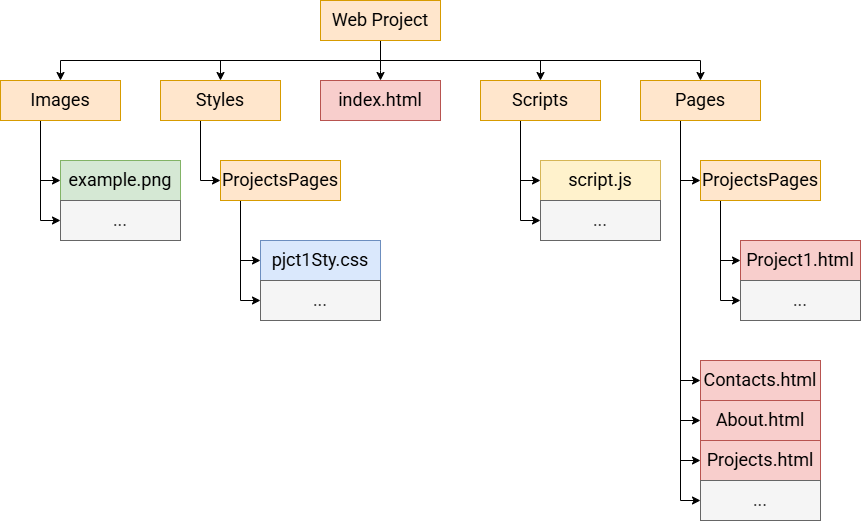
Before: Images/folderLayout.png, a diagram exported from draw.io (Neema-Fanaie/Web-Project). Source tidied: cells renumbered, new cells last; positions are measured from the earlier drawing's top-left corner, leaving out a move shared by most shapes.
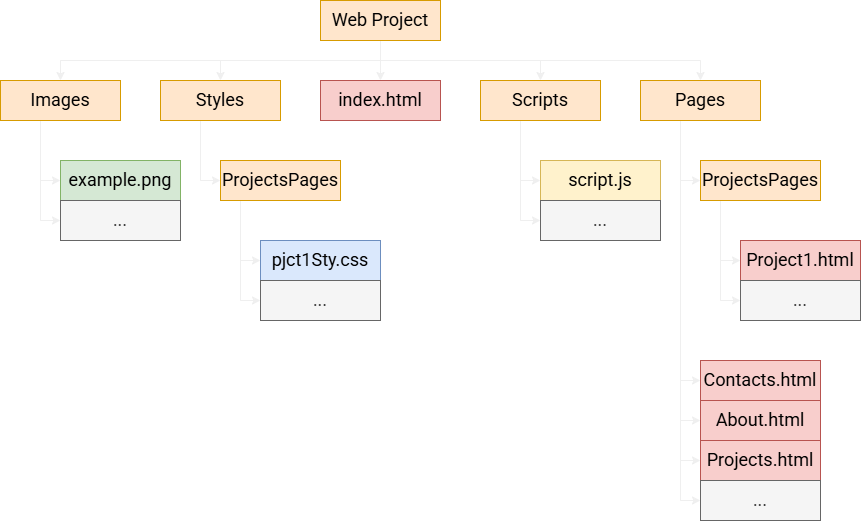
The same file after the commit.

Change to the diagram source:
```diff
@@ -2,7 +2,7 @@
   <root>
     <mxCell id="0" />
     <mxCell id="1" parent="0" />
-    <mxCell id="2" style="edgeStyle=orthogonalEdgeStyle;rounded=0;jettySize=auto;html=1;entryX=0.5;entryY=0;entryDx=0;entryDy=0;" parent="1" edge="1" source="7" target="28">
+    <mxCell id="2" style="edgeStyle=orthogonalEdgeStyle;rounded=0;jettySize=auto;html=1;entryX=0.5;entryY=0;entryDx=0;entryDy=0;strokeColor=#EFEFEF;" parent="1" edge="1" source="7" target="28">
       <mxGeometry relative="1" as="geometry">
         <Array as="points">
           <mxPoint x="380" y="70" />
@@ -10,7 +10,7 @@
         </Array>
       </mxGeometry>
     </mxCell>
-    <mxCell id="3" style="edgeStyle=orthogonalEdgeStyle;rounded=0;jettySize=auto;html=1;entryX=0.5;entryY=0;entryDx=0;entryDy=0;" parent="1" edge="1" source="7" target="18">
+    <mxCell id="3" style="edgeStyle=orthogonalEdgeStyle;rounded=0;jettySize=auto;html=1;entryX=0.5;entryY=0;entryDx=0;entryDy=0;strokeColor=#EFEFEF;" parent="1" edge="1" source="7" target="18">
       <mxGeometry relative="1" as="geometry">
         <Array as="points">
           <mxPoint x="380" y="60" />
@@ -18,7 +18,7 @@
         </Array>
       </mxGeometry>
     </mxCell>
-    <mxCell id="4" style="edgeStyle=orthogonalEdgeStyle;rounded=0;jettySize=auto;html=1;entryX=0.5;entryY=0;entryDx=0;entryDy=0;" parent="1" edge="1" source="7" target="38">
+    <mxCell id="4" style="edgeStyle=orthogonalEdgeStyle;rounded=0;jettySize=auto;html=1;entryX=0.5;entryY=0;entryDx=0;entryDy=0;strokeColor=#EFEFEF;" parent="1" edge="1" source="7" target="38">
       <mxGeometry relative="1" as="geometry">
         <Array as="points">
           <mxPoint x="380" y="60" />
@@ -26,7 +26,7 @@
         </Array>
       </mxGeometry>
     </mxCell>
-    <mxCell id="5" style="edgeStyle=orthogonalEdgeStyle;rounded=0;jettySize=auto;html=1;entryX=0.5;entryY=0;entryDx=0;entryDy=0;" parent="1" edge="1" source="7" target="16">
+    <mxCell id="5" style="edgeStyle=orthogonalEdgeStyle;rounded=0;jettySize=auto;html=1;entryX=0.5;entryY=0;entryDx=0;entryDy=0;strokeColor=#EFEFEF;" parent="1" edge="1" source="7" target="16">
       <mxGeometry relative="1" as="geometry">
         <Array as="points">
           <mxPoint x="380" y="60" />
@@ -34,7 +34,7 @@
         </Array>
       </mxGeometry>
     </mxCell>
-    <mxCell id="6" style="edgeStyle=orthogonalEdgeStyle;rounded=0;jettySize=auto;html=1;entryX=0.5;entryY=0;entryDx=0;entryDy=0;" parent="1" edge="1" source="7" target="13">
+    <mxCell id="6" style="edgeStyle=orthogonalEdgeStyle;rounded=0;jettySize=auto;html=1;entryX=0.5;entryY=0;entryDx=0;entryDy=0;strokeColor=#EFEFEF;" parent="1" edge="1" source="7" target="13">
       <mxGeometry relative="1" as="geometry">
         <Array as="points">
           <mxPoint x="380" y="60" />
@@ -45,35 +45,35 @@
     <mxCell id="7" value="&lt;font face=&quot;Roboto&quot; style=&quot;font-size: 18px;&quot;&gt;Web Project&lt;/font&gt;" style="rounded=0;whiteSpace=wrap;html=1;fillColor=#ffe6cc;strokeColor=#d79b00;" parent="1" vertex="1">
       <mxGeometry x="320" width="120" height="40" as="geometry" />
     </mxCell>
-    <mxCell id="8" style="edgeStyle=orthogonalEdgeStyle;rounded=0;jettySize=auto;html=1;entryX=0;entryY=0.5;entryDx=0;entryDy=0;" parent="1" edge="1" source="13" target="24">
+    <mxCell id="8" style="edgeStyle=orthogonalEdgeStyle;rounded=0;jettySize=auto;html=1;entryX=0;entryY=0.5;entryDx=0;entryDy=0;strokeColor=#EFEFEF;" parent="1" edge="1" source="13" target="24">
       <mxGeometry relative="1" as="geometry">
         <Array as="points">
           <mxPoint x="680" y="180" />
         </Array>
       </mxGeometry>
     </mxCell>
-    <mxCell id="9" style="edgeStyle=orthogonalEdgeStyle;rounded=0;jettySize=auto;html=1;entryX=0;entryY=0.5;entryDx=0;entryDy=0;" parent="1" edge="1" source="13" target="19">
+    <mxCell id="9" style="edgeStyle=orthogonalEdgeStyle;rounded=0;jettySize=auto;html=1;entryX=0;entryY=0.5;entryDx=0;entryDy=0;strokeColor=#EFEFEF;" parent="1" edge="1" source="13" target="19">
       <mxGeometry relative="1" as="geometry">
         <Array as="points">
           <mxPoint x="680" y="380" />
         </Array>
       </mxGeometry>
     </mxCell>
-    <mxCell id="10" style="edgeStyle=orthogonalEdgeStyle;rounded=0;jettySize=auto;html=1;entryX=0;entryY=0.5;entryDx=0;entryDy=0;" parent="1" edge="1" source="13" target="20">
+    <mxCell id="10" style="edgeStyle=orthogonalEdgeStyle;rounded=0;jettySize=auto;html=1;entryX=0;entryY=0.5;entryDx=0;entryDy=0;strokeColor=#EFEFEF;" parent="1" edge="1" source="13" target="20">
       <mxGeometry relative="1" as="geometry">
         <Array as="points">
           <mxPoint x="680" y="420" />
         </Array>
       </mxGeometry>
     </mxCell>
-    <mxCell id="11" style="edgeStyle=orthogonalEdgeStyle;rounded=0;jettySize=auto;html=1;entryX=0;entryY=0.5;entryDx=0;entryDy=0;" parent="1" edge="1" source="13" target="21">
+    <mxCell id="11" style="edgeStyle=orthogonalEdgeStyle;rounded=0;jettySize=auto;html=1;entryX=0;entryY=0.5;entryDx=0;entryDy=0;strokeColor=#EFEFEF;" parent="1" edge="1" source="13" target="21">
       <mxGeometry relative="1" as="geometry">
         <Array as="points">
           <mxPoint x="680" y="460" />
         </Array>
       </mxGeometry>
     </mxCell>
-    <mxCell id="12" style="edgeStyle=orthogonalEdgeStyle;rounded=0;jettySize=auto;html=1;entryX=0;entryY=0.5;entryDx=0;entryDy=0;" parent="1" edge="1" source="13" target="27">
+    <mxCell id="12" style="edgeStyle=orthogonalEdgeStyle;rounded=0;jettySize=auto;html=1;entryX=0;entryY=0.5;entryDx=0;entryDy=0;strokeColor=#EFEFEF;" parent="1" edge="1" source="13" target="27">
       <mxGeometry relative="1" as="geometry">
         <Array as="points">
           <mxPoint x="680" y="500" />
@@ -83,14 +83,14 @@
     <mxCell id="13" value="&lt;font style=&quot;font-size: 18px;&quot;&gt;Pages&lt;/font&gt;" style="rounded=0;whiteSpace=wrap;html=1;fillColor=#ffe6cc;strokeColor=#d79b00;fontFamily=Roboto;fontSource=https%3A%2F%2Ffonts.googleapis.com%2Fcss%3Ffamily%3DRoboto;" parent="1" vertex="1">
       <mxGeometry x="640" y="80" width="120" height="40" as="geometry" />
     </mxCell>
-    <mxCell id="14" style="edgeStyle=orthogonalEdgeStyle;rounded=0;jettySize=auto;html=1;entryX=0;entryY=0.5;entryDx=0;entryDy=0;" parent="1" edge="1" source="16" target="29">
+    <mxCell id="14" style="edgeStyle=orthogonalEdgeStyle;rounded=0;jettySize=auto;html=1;entryX=0;entryY=0.5;entryDx=0;entryDy=0;strokeColor=#EFEFEF;" parent="1" edge="1" source="16" target="29">
       <mxGeometry relative="1" as="geometry">
         <Array as="points">
           <mxPoint x="520" y="180" />
         </Array>
       </mxGeometry>
     </mxCell>
-    <mxCell id="15" style="edgeStyle=orthogonalEdgeStyle;rounded=0;jettySize=auto;html=1;entryX=0;entryY=0.5;entryDx=0;entryDy=0;" parent="1" edge="1" source="16" target="30">
+    <mxCell id="15" style="edgeStyle=orthogonalEdgeStyle;rounded=0;jettySize=auto;html=1;entryX=0;entryY=0.5;entryDx=0;entryDy=0;strokeColor=#EFEFEF;" parent="1" edge="1" source="16" target="30">
       <mxGeometry relative="1" as="geometry">
         <Array as="points">
           <mxPoint x="520" y="220" />
@@ -100,7 +100,7 @@
     <mxCell id="16" value="&lt;span style=&quot;font-size: 18px;&quot;&gt;&lt;font&gt;Scripts&lt;/font&gt;&lt;/span&gt;" style="rounded=0;whiteSpace=wrap;html=1;fillColor=#ffe6cc;strokeColor=#d79b00;fontFamily=Roboto;fontSource=https%3A%2F%2Ffonts.googleapis.com%2Fcss%3Ffamily%3DRoboto;" parent="1" vertex="1">
       <mxGeometry x="480" y="80" width="120" height="40" as="geometry" />
     </mxCell>
-    <mxCell id="17" style="edgeStyle=orthogonalEdgeStyle;rounded=0;jettySize=auto;html=1;entryX=0;entryY=0.5;entryDx=0;entryDy=0;" parent="1" edge="1" source="18" target="33">
+    <mxCell id="17" style="edgeStyle=orthogonalEdgeStyle;rounded=0;jettySize=auto;html=1;entryX=0;entryY=0.5;entryDx=0;entryDy=0;strokeColor=#EFEFEF;" parent="1" edge="1" source="18" target="33">
       <mxGeometry relative="1" as="geometry">
         <Array as="points">
           <mxPoint x="200" y="180" />
@@ -119,14 +119,14 @@
     <mxCell id="21" value="&lt;font style=&quot;font-size: 18px;&quot;&gt;Projects.html&lt;/font&gt;" style="rounded=0;whiteSpace=wrap;html=1;fillColor=#f8cecc;strokeColor=#b85450;fontFamily=Roboto;fontSource=https%3A%2F%2Ffonts.googleapis.com%2Fcss%3Ffamily%3DRoboto;" parent="1" vertex="1">
       <mxGeometry x="700" y="440" width="120" height="40" as="geometry" />
     </mxCell>
-    <mxCell id="22" style="edgeStyle=orthogonalEdgeStyle;rounded=0;jettySize=auto;html=1;entryX=0;entryY=0.5;entryDx=0;entryDy=0;" parent="1" edge="1" source="24" target="25">
+    <mxCell id="22" style="edgeStyle=orthogonalEdgeStyle;rounded=0;jettySize=auto;html=1;entryX=0;entryY=0.5;entryDx=0;entryDy=0;strokeColor=#EFEFEF;" parent="1" edge="1" source="24" target="25">
       <mxGeometry relative="1" as="geometry">
         <Array as="points">
           <mxPoint x="720" y="260" />
         </Array>
       </mxGeometry>
     </mxCell>
-    <mxCell id="23" style="edgeStyle=orthogonalEdgeStyle;rounded=0;jettySize=auto;html=1;entryX=0;entryY=0.5;entryDx=0;entryDy=0;" parent="1" edge="1" source="24" target="26">
+    <mxCell id="23" style="edgeStyle=orthogonalEdgeStyle;rounded=0;jettySize=auto;html=1;entryX=0;entryY=0.5;entryDx=0;entryDy=0;strokeColor=#EFEFEF;" parent="1" edge="1" source="24" target="26">
       <mxGeometry relative="1" as="geometry">
         <Array as="points">
           <mxPoint x="720" y="300" />
@@ -154,14 +154,14 @@
     <mxCell id="30" value="&lt;span style=&quot;font-size: 18px;&quot;&gt;...&lt;/span&gt;" style="rounded=0;whiteSpace=wrap;html=1;fillColor=#f5f5f5;strokeColor=#666666;fontColor=#333333;fontFamily=Roboto;fontSource=https%3A%2F%2Ffonts.googleapis.com%2Fcss%3Ffamily%3DRoboto;" parent="1" vertex="1">
       <mxGeometry x="540" y="200" width="120" height="40" as="geometry" />
     </mxCell>
-    <mxCell id="31" style="edgeStyle=orthogonalEdgeStyle;rounded=0;jettySize=auto;html=1;entryX=0;entryY=0.5;entryDx=0;entryDy=0;" parent="1" edge="1" source="33" target="34">
+    <mxCell id="31" style="edgeStyle=orthogonalEdgeStyle;rounded=0;jettySize=auto;html=1;entryX=0;entryY=0.5;entryDx=0;entryDy=0;strokeColor=#EFEFEF;" parent="1" edge="1" source="33" target="34">
       <mxGeometry relative="1" as="geometry">
         <Array as="points">
           <mxPoint x="240" y="260" />
         </Array>
       </mxGeometry>
     </mxCell>
-    <mxCell id="32" style="edgeStyle=orthogonalEdgeStyle;rounded=0;jettySize=auto;html=1;entryX=0;entryY=0.5;entryDx=0;entryDy=0;" parent="1" edge="1" source="33" target="35">
+    <mxCell id="32" style="edgeStyle=orthogonalEdgeStyle;rounded=0;jettySize=auto;html=1;entryX=0;entryY=0.5;entryDx=0;entryDy=0;strokeColor=#EFEFEF;" parent="1" edge="1" source="33" target="35">
       <mxGeometry relative="1" as="geometry">
         <Array as="points">
           <mxPoint x="240" y="300" />
@@ -177,14 +177,14 @@
     <mxCell id="35" value="&lt;span style=&quot;font-size: 18px;&quot;&gt;&lt;font face=&quot;Roboto&quot;&gt;...&lt;/font&gt;&lt;/span&gt;" style="rounded=0;whiteSpace=wrap;html=1;fillColor=#f5f5f5;strokeColor=#666666;fontColor=#333333;" parent="1" vertex="1">
       <mxGeometry x="260" y="280" width="120" height="40" as="geometry" />
     </mxCell>
-    <mxCell id="36" style="edgeStyle=orthogonalEdgeStyle;rounded=0;jettySize=auto;html=1;entryX=0;entryY=0.5;entryDx=0;entryDy=0;" parent="1" edge="1" source="38" target="39">
+    <mxCell id="36" style="edgeStyle=orthogonalEdgeStyle;rounded=0;jettySize=auto;html=1;entryX=0;entryY=0.5;entryDx=0;entryDy=0;strokeColor=#EFEFEF;" parent="1" edge="1" source="38" target="39">
       <mxGeometry relative="1" as="geometry">
         <Array as="points">
           <mxPoint x="40" y="180" />
         </Array>
       </mxGeometry>
     </mxCell>
-    <mxCell id="37" style="edgeStyle=orthogonalEdgeStyle;rounded=0;jettySize=auto;html=1;entryX=0;entryY=0.5;entryDx=0;entryDy=0;" parent="1" edge="1" source="38" target="40">
+    <mxCell id="37" style="edgeStyle=orthogonalEdgeStyle;rounded=0;jettySize=auto;html=1;entryX=0;entryY=0.5;entryDx=0;entryDy=0;strokeColor=#EFEFEF;" parent="1" edge="1" source="38" target="40">
       <mxGeometry relative="1" as="geometry">
         <Array as="points">
           <mxPoint x="40" y="220" />
```
